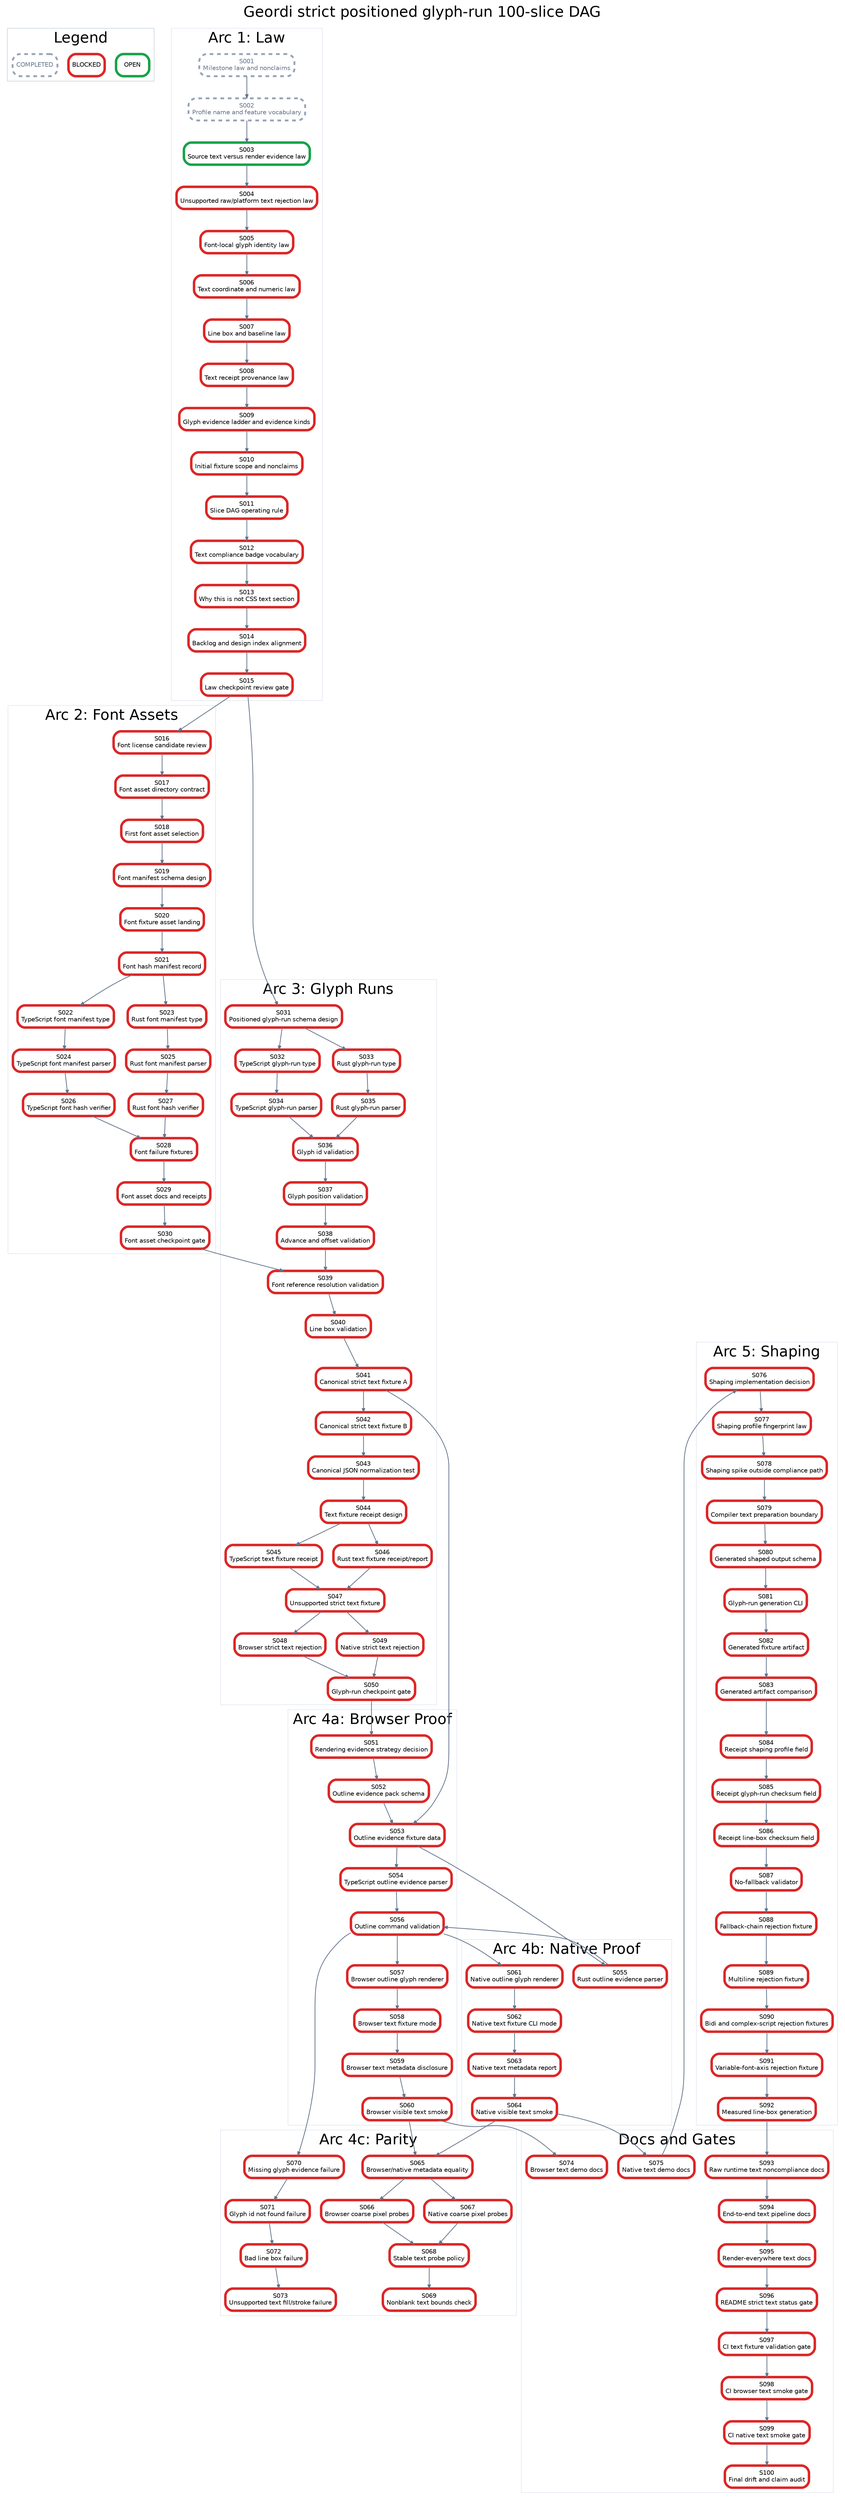
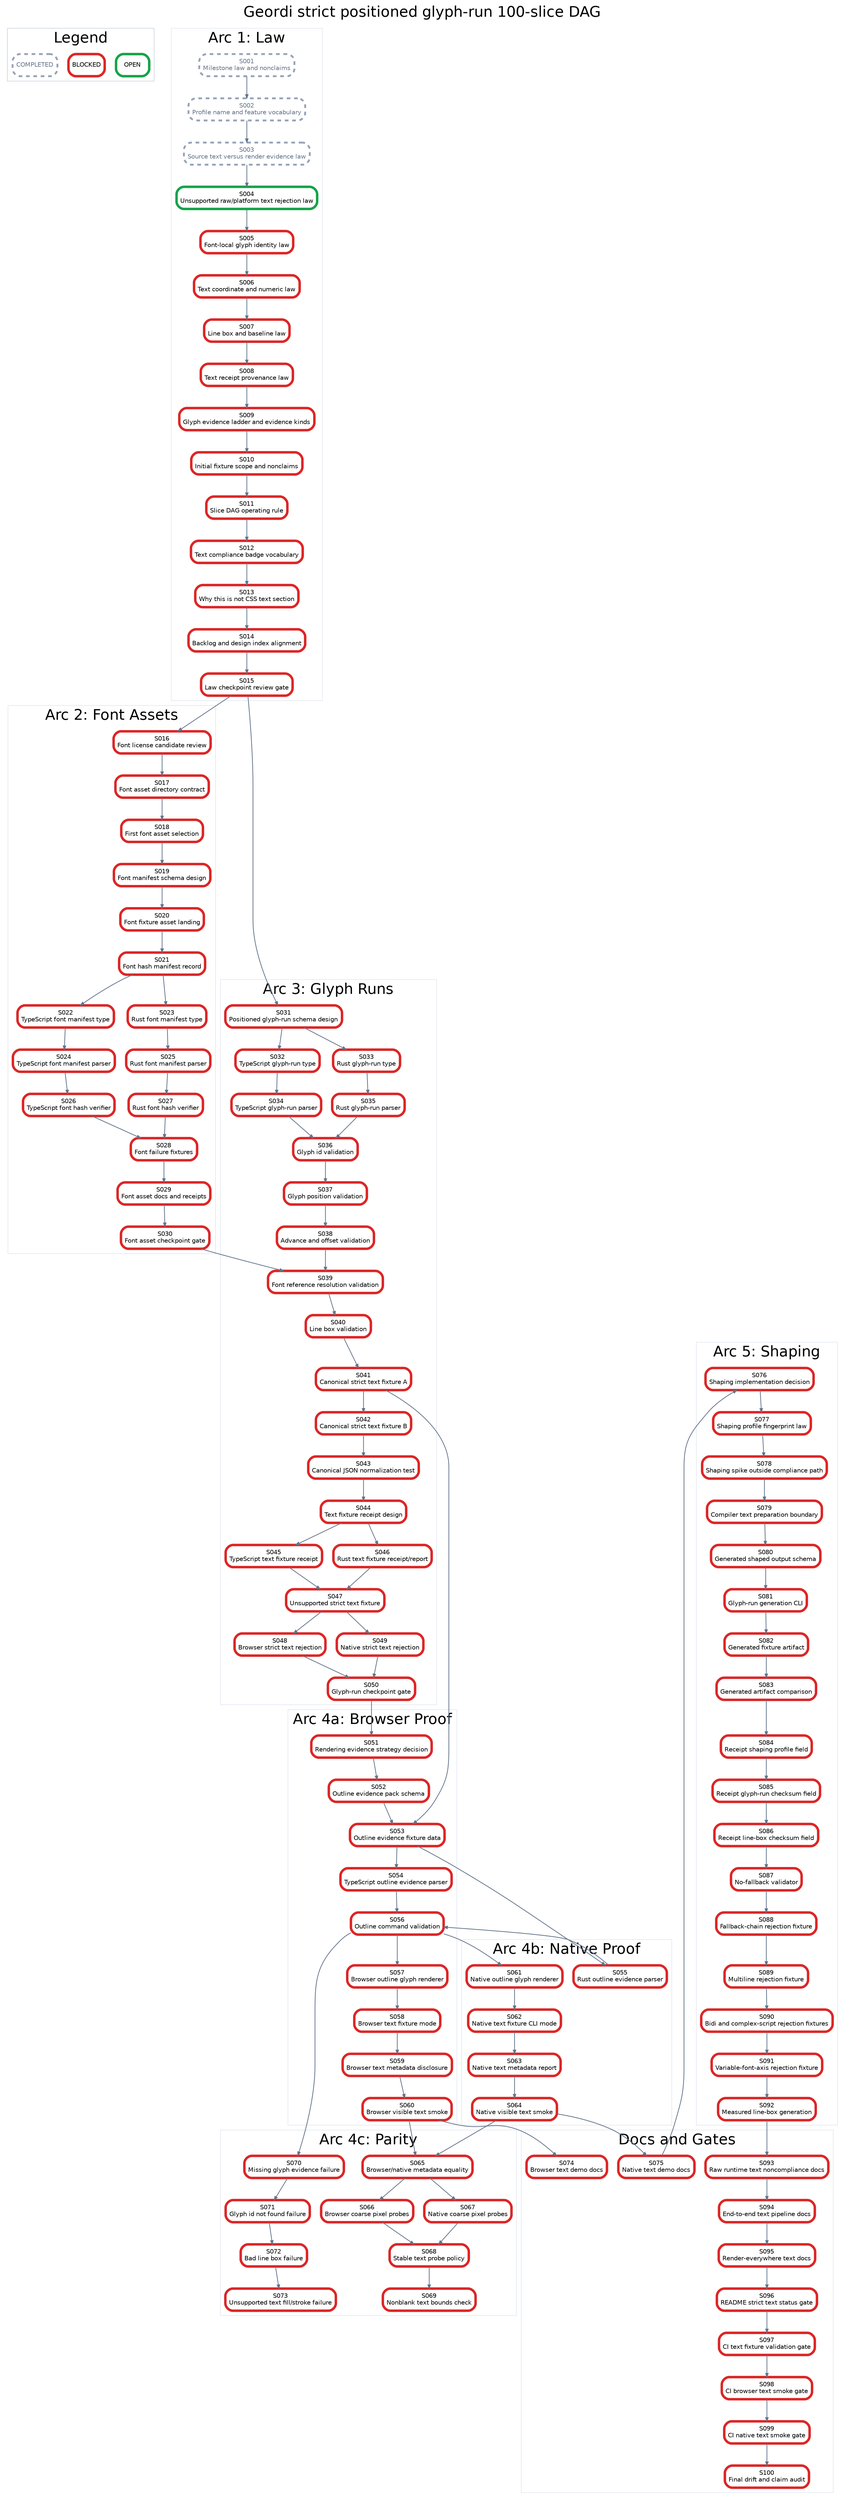
digraph StrictPositionedGlyphRunPlan {
  graph [rankdir=TB, bgcolor="white", fontname="Helvetica", label="Geordi strict positioned glyph-run 100-slice DAG", labelloc="t", fontsize=24];
  node [shape=box, style="rounded,filled", fillcolor="white", fontname="Helvetica", fontsize=10, margin="0.08,0.05"];
  edge [color="#64748b", arrowsize=0.6, penwidth=1.2];

  subgraph cluster_legend {
    label="Legend";
    color="#cbd5e1";
    legend_open [label="OPEN", color="#16a34a", penwidth=4];
    legend_blocked [label="BLOCKED", color="#dc2626", penwidth=4];
    legend_done [label="COMPLETED", color="#94a3b8", penwidth=3, style="rounded,filled,dashed", fontcolor="#64748b"];
  }

  subgraph cluster_law {
    label="Arc 1: Law";
    color="#e2e8f0";
    S001 [label="S001\nMilestone law and nonclaims", color="#94a3b8", penwidth=3, style="rounded,filled,dashed", fontcolor="#64748b"];
    S002 [label="S002\nProfile name and feature vocabulary", color="#94a3b8", penwidth=3, style="rounded,filled,dashed", fontcolor="#64748b"];
-     S003 [label="S003\nSource text versus render evidence law", color="#16a34a", penwidth=4];
-     S004 [label="S004\nUnsupported raw/platform text rejection law", color="#dc2626", penwidth=4];
+     S003 [label="S003\nSource text versus render evidence law", color="#94a3b8", penwidth=3, style="rounded,filled,dashed", fontcolor="#64748b"];
+     S004 [label="S004\nUnsupported raw/platform text rejection law", color="#16a34a", penwidth=4];
    S005 [label="S005\nFont-local glyph identity law", color="#dc2626", penwidth=4];
    S006 [label="S006\nText coordinate and numeric law", color="#dc2626", penwidth=4];
    S007 [label="S007\nLine box and baseline law", color="#dc2626", penwidth=4];
    S008 [label="S008\nText receipt provenance law", color="#dc2626", penwidth=4];
    S009 [label="S009\nGlyph evidence ladder and evidence kinds", color="#dc2626", penwidth=4];
    S010 [label="S010\nInitial fixture scope and nonclaims", color="#dc2626", penwidth=4];
    S011 [label="S011\nSlice DAG operating rule", color="#dc2626", penwidth=4];
    S012 [label="S012\nText compliance badge vocabulary", color="#dc2626", penwidth=4];
    S013 [label="S013\nWhy this is not CSS text section", color="#dc2626", penwidth=4];
    S014 [label="S014\nBacklog and design index alignment", color="#dc2626", penwidth=4];
    S015 [label="S015\nLaw checkpoint review gate", color="#dc2626", penwidth=4];
  }

  subgraph cluster_assets {
    label="Arc 2: Font Assets";
    color="#e2e8f0";
    S016 [label="S016\nFont license candidate review", color="#dc2626", penwidth=4];
    S017 [label="S017\nFont asset directory contract", color="#dc2626", penwidth=4];
    S018 [label="S018\nFirst font asset selection", color="#dc2626", penwidth=4];
    S019 [label="S019\nFont manifest schema design", color="#dc2626", penwidth=4];
    S020 [label="S020\nFont fixture asset landing", color="#dc2626", penwidth=4];
    S021 [label="S021\nFont hash manifest record", color="#dc2626", penwidth=4];
    S022 [label="S022\nTypeScript font manifest type", color="#dc2626", penwidth=4];
    S023 [label="S023\nRust font manifest type", color="#dc2626", penwidth=4];
    S024 [label="S024\nTypeScript font manifest parser", color="#dc2626", penwidth=4];
    S025 [label="S025\nRust font manifest parser", color="#dc2626", penwidth=4];
    S026 [label="S026\nTypeScript font hash verifier", color="#dc2626", penwidth=4];
    S027 [label="S027\nRust font hash verifier", color="#dc2626", penwidth=4];
    S028 [label="S028\nFont failure fixtures", color="#dc2626", penwidth=4];
    S029 [label="S029\nFont asset docs and receipts", color="#dc2626", penwidth=4];
    S030 [label="S030\nFont asset checkpoint gate", color="#dc2626", penwidth=4];
  }

  subgraph cluster_glyph {
    label="Arc 3: Glyph Runs";
    color="#e2e8f0";
    S031 [label="S031\nPositioned glyph-run schema design", color="#dc2626", penwidth=4];
    S032 [label="S032\nTypeScript glyph-run type", color="#dc2626", penwidth=4];
    S033 [label="S033\nRust glyph-run type", color="#dc2626", penwidth=4];
    S034 [label="S034\nTypeScript glyph-run parser", color="#dc2626", penwidth=4];
    S035 [label="S035\nRust glyph-run parser", color="#dc2626", penwidth=4];
    S036 [label="S036\nGlyph id validation", color="#dc2626", penwidth=4];
    S037 [label="S037\nGlyph position validation", color="#dc2626", penwidth=4];
    S038 [label="S038\nAdvance and offset validation", color="#dc2626", penwidth=4];
    S039 [label="S039\nFont reference resolution validation", color="#dc2626", penwidth=4];
    S040 [label="S040\nLine box validation", color="#dc2626", penwidth=4];
    S041 [label="S041\nCanonical strict text fixture A", color="#dc2626", penwidth=4];
    S042 [label="S042\nCanonical strict text fixture B", color="#dc2626", penwidth=4];
    S043 [label="S043\nCanonical JSON normalization test", color="#dc2626", penwidth=4];
    S044 [label="S044\nText fixture receipt design", color="#dc2626", penwidth=4];
    S045 [label="S045\nTypeScript text fixture receipt", color="#dc2626", penwidth=4];
    S046 [label="S046\nRust text fixture receipt/report", color="#dc2626", penwidth=4];
    S047 [label="S047\nUnsupported strict text fixture", color="#dc2626", penwidth=4];
    S048 [label="S048\nBrowser strict text rejection", color="#dc2626", penwidth=4];
    S049 [label="S049\nNative strict text rejection", color="#dc2626", penwidth=4];
    S050 [label="S050\nGlyph-run checkpoint gate", color="#dc2626", penwidth=4];
  }

  subgraph cluster_browser {
    label="Arc 4a: Browser Proof";
    color="#e2e8f0";
    S051 [label="S051\nRendering evidence strategy decision", color="#dc2626", penwidth=4];
    S052 [label="S052\nOutline evidence pack schema", color="#dc2626", penwidth=4];
    S053 [label="S053\nOutline evidence fixture data", color="#dc2626", penwidth=4];
    S054 [label="S054\nTypeScript outline evidence parser", color="#dc2626", penwidth=4];
    S056 [label="S056\nOutline command validation", color="#dc2626", penwidth=4];
    S057 [label="S057\nBrowser outline glyph renderer", color="#dc2626", penwidth=4];
    S058 [label="S058\nBrowser text fixture mode", color="#dc2626", penwidth=4];
    S059 [label="S059\nBrowser text metadata disclosure", color="#dc2626", penwidth=4];
    S060 [label="S060\nBrowser visible text smoke", color="#dc2626", penwidth=4];
  }

  subgraph cluster_native {
    label="Arc 4b: Native Proof";
    color="#e2e8f0";
    S055 [label="S055\nRust outline evidence parser", color="#dc2626", penwidth=4];
    S061 [label="S061\nNative outline glyph renderer", color="#dc2626", penwidth=4];
    S062 [label="S062\nNative text fixture CLI mode", color="#dc2626", penwidth=4];
    S063 [label="S063\nNative text metadata report", color="#dc2626", penwidth=4];
    S064 [label="S064\nNative visible text smoke", color="#dc2626", penwidth=4];
  }

  subgraph cluster_parity {
    label="Arc 4c: Parity";
    color="#e2e8f0";
    S065 [label="S065\nBrowser/native metadata equality", color="#dc2626", penwidth=4];
    S066 [label="S066\nBrowser coarse pixel probes", color="#dc2626", penwidth=4];
    S067 [label="S067\nNative coarse pixel probes", color="#dc2626", penwidth=4];
    S068 [label="S068\nStable text probe policy", color="#dc2626", penwidth=4];
    S069 [label="S069\nNonblank text bounds check", color="#dc2626", penwidth=4];
    S070 [label="S070\nMissing glyph evidence failure", color="#dc2626", penwidth=4];
    S071 [label="S071\nGlyph id not found failure", color="#dc2626", penwidth=4];
    S072 [label="S072\nBad line box failure", color="#dc2626", penwidth=4];
    S073 [label="S073\nUnsupported text fill/stroke failure", color="#dc2626", penwidth=4];
  }

  subgraph cluster_shaping {
    label="Arc 5: Shaping";
    color="#e2e8f0";
    S076 [label="S076\nShaping implementation decision", color="#dc2626", penwidth=4];
    S077 [label="S077\nShaping profile fingerprint law", color="#dc2626", penwidth=4];
    S078 [label="S078\nShaping spike outside compliance path", color="#dc2626", penwidth=4];
    S079 [label="S079\nCompiler text preparation boundary", color="#dc2626", penwidth=4];
    S080 [label="S080\nGenerated shaped output schema", color="#dc2626", penwidth=4];
    S081 [label="S081\nGlyph-run generation CLI", color="#dc2626", penwidth=4];
    S082 [label="S082\nGenerated fixture artifact", color="#dc2626", penwidth=4];
    S083 [label="S083\nGenerated artifact comparison", color="#dc2626", penwidth=4];
    S084 [label="S084\nReceipt shaping profile field", color="#dc2626", penwidth=4];
    S085 [label="S085\nReceipt glyph-run checksum field", color="#dc2626", penwidth=4];
    S086 [label="S086\nReceipt line-box checksum field", color="#dc2626", penwidth=4];
    S087 [label="S087\nNo-fallback validator", color="#dc2626", penwidth=4];
    S088 [label="S088\nFallback-chain rejection fixture", color="#dc2626", penwidth=4];
    S089 [label="S089\nMultiline rejection fixture", color="#dc2626", penwidth=4];
    S090 [label="S090\nBidi and complex-script rejection fixtures", color="#dc2626", penwidth=4];
    S091 [label="S091\nVariable-font-axis rejection fixture", color="#dc2626", penwidth=4];
    S092 [label="S092\nMeasured line-box generation", color="#dc2626", penwidth=4];
  }

  subgraph cluster_docs {
    label="Docs and Gates";
    color="#e2e8f0";
    S074 [label="S074\nBrowser text demo docs", color="#dc2626", penwidth=4];
    S075 [label="S075\nNative text demo docs", color="#dc2626", penwidth=4];
    S093 [label="S093\nRaw runtime text noncompliance docs", color="#dc2626", penwidth=4];
    S094 [label="S094\nEnd-to-end text pipeline docs", color="#dc2626", penwidth=4];
    S095 [label="S095\nRender-everywhere text docs", color="#dc2626", penwidth=4];
    S096 [label="S096\nREADME strict text status gate", color="#dc2626", penwidth=4];
    S097 [label="S097\nCI text fixture validation gate", color="#dc2626", penwidth=4];
    S098 [label="S098\nCI browser text smoke gate", color="#dc2626", penwidth=4];
    S099 [label="S099\nCI native text smoke gate", color="#dc2626", penwidth=4];
    S100 [label="S100\nFinal drift and claim audit", color="#dc2626", penwidth=4];
  }

  S001 -> S002;
  S002 -> S003;
  S003 -> S004;
  S004 -> S005;
  S005 -> S006;
  S006 -> S007;
  S007 -> S008;
  S008 -> S009;
  S009 -> S010;
  S010 -> S011;
  S011 -> S012;
  S012 -> S013;
  S013 -> S014;
  S014 -> S015;
  S015 -> S016;
  S016 -> S017;
  S017 -> S018;
  S018 -> S019;
  S019 -> S020;
  S020 -> S021;
  S021 -> S022;
  S021 -> S023;
  S022 -> S024;
  S023 -> S025;
  S024 -> S026;
  S025 -> S027;
  S026 -> S028;
  S027 -> S028;
  S028 -> S029;
  S029 -> S030;
  S015 -> S031;
  S031 -> S032;
  S031 -> S033;
  S032 -> S034;
  S033 -> S035;
  S034 -> S036;
  S035 -> S036;
  S036 -> S037;
  S037 -> S038;
  S038 -> S039;
  S039 -> S040;
  S030 -> S039;
  S040 -> S041;
  S041 -> S042;
  S042 -> S043;
  S043 -> S044;
  S044 -> S045;
  S044 -> S046;
  S045 -> S047;
  S046 -> S047;
  S047 -> S048;
  S047 -> S049;
  S048 -> S050;
  S049 -> S050;
  S050 -> S051;
  S051 -> S052;
  S052 -> S053;
  S041 -> S053;
  S053 -> S054;
  S053 -> S055;
  S054 -> S056;
  S055 -> S056;
  S056 -> S057;
  S057 -> S058;
  S058 -> S059;
  S059 -> S060;
  S056 -> S061;
  S061 -> S062;
  S062 -> S063;
  S063 -> S064;
  S060 -> S065;
  S064 -> S065;
  S065 -> S066;
  S065 -> S067;
  S066 -> S068;
  S067 -> S068;
  S068 -> S069;
  S056 -> S070;
  S070 -> S071;
  S071 -> S072;
  S072 -> S073;
  S060 -> S074;
  S064 -> S075;
  S075 -> S076;
  S076 -> S077;
  S077 -> S078;
  S078 -> S079;
  S079 -> S080;
  S080 -> S081;
  S081 -> S082;
  S082 -> S083;
  S083 -> S084;
  S084 -> S085;
  S085 -> S086;
  S086 -> S087;
  S087 -> S088;
  S088 -> S089;
  S089 -> S090;
  S090 -> S091;
  S091 -> S092;
  S092 -> S093;
  S093 -> S094;
  S094 -> S095;
  S095 -> S096;
  S096 -> S097;
  S097 -> S098;
  S098 -> S099;
  S099 -> S100;
}
